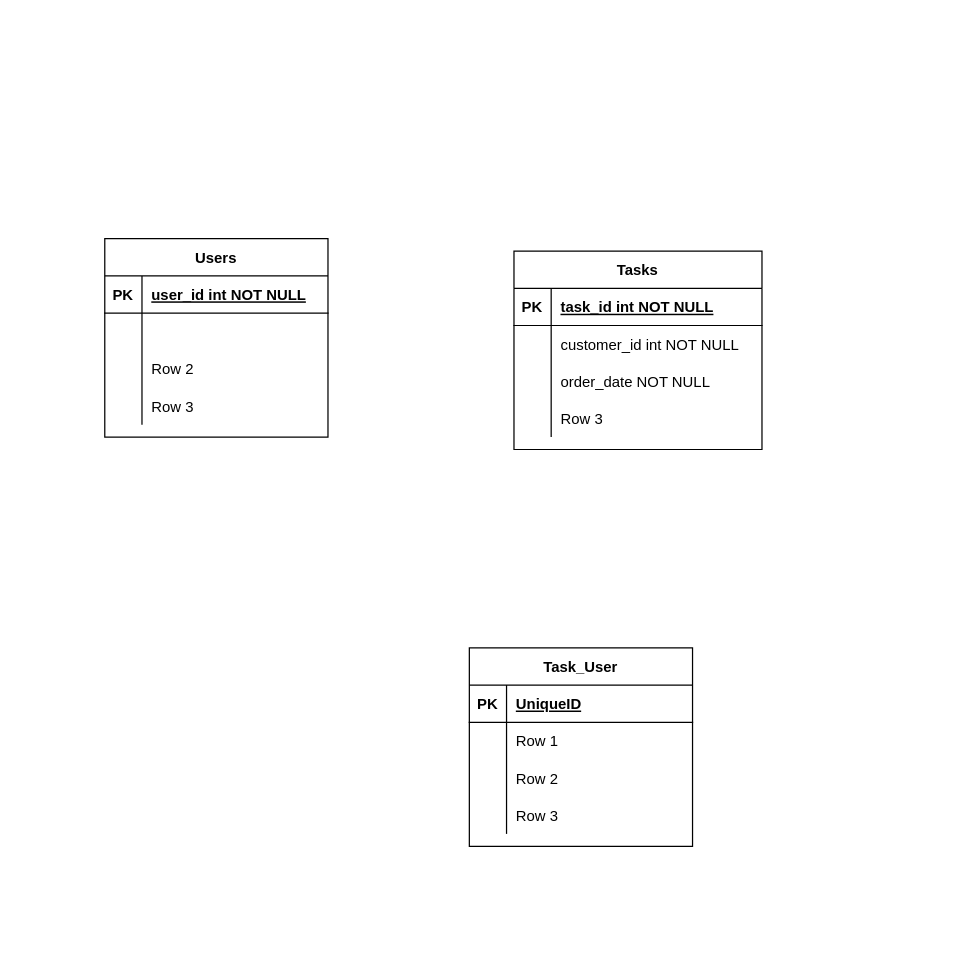
Earlier version of the draw.io diagram To-Do List.drawio (HiBlakk/todo-list). Source tidied: cells renumbered, new cells numbered last; positions are measured from the earlier drawing's top-left corner, leaving out a move shared by most shapes. Both pictures are drawn from the tidied source at 124%, with x=0, y=0 at pixel (104, 238).
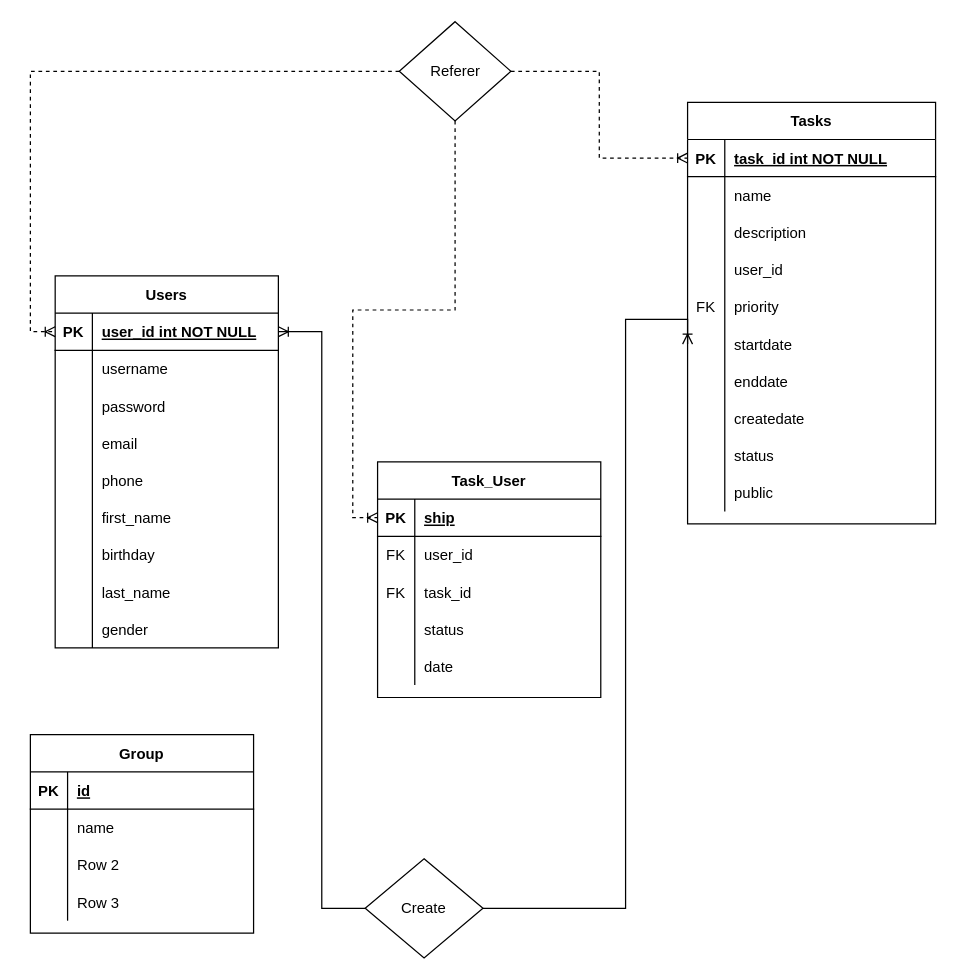
The same diagram, later.

Unchanged cells that the change refers to:
```xml
<mxCell id="3" style="shape=tableRow;horizontal=0;startSize=0;swimlaneHead=0;swimlaneBody=0;fillColor=none;points=[[0,0.5],[1,0.5]];portConstraint=eastwest;top=0;left=0;right=0;bottom=1;" parent="2" vertex="1">
  <mxGeometry y="30" width="180" height="30" as="geometry" />
</mxCell>
<mxCell id="6" style="shape=tableRow;horizontal=0;startSize=0;swimlaneHead=0;swimlaneBody=0;fillColor=none;top=0;left=0;right=0;bottom=0;" parent="2" vertex="1">
  <mxGeometry y="60" width="180" height="30" as="geometry" />
</mxCell>
<mxCell id="9" style="shape=tableRow;horizontal=0;startSize=0;swimlaneHead=0;swimlaneBody=0;fillColor=none;top=0;left=0;right=0;bottom=0;" parent="2" vertex="1">
  <mxGeometry y="90" width="180" height="30" as="geometry" />
</mxCell>
<mxCell id="12" style="shape=tableRow;horizontal=0;startSize=0;swimlaneHead=0;swimlaneBody=0;fillColor=none;top=0;left=0;right=0;bottom=0;" parent="2" vertex="1">
  <mxGeometry y="120" width="180" height="30" as="geometry" />
</mxCell>
<mxCell id="16" style="shape=tableRow;horizontal=0;startSize=0;swimlaneHead=0;swimlaneBody=0;fillColor=none;points=[[0,0.5],[1,0.5]];portConstraint=eastwest;top=0;left=0;right=0;bottom=1;" parent="15" vertex="1">
  <mxGeometry y="30" width="180" height="30" as="geometry" />
</mxCell>
<mxCell id="19" style="shape=tableRow;horizontal=0;startSize=0;swimlaneHead=0;swimlaneBody=0;fillColor=none;top=0;left=0;right=0;bottom=0;" parent="15" vertex="1">
  <mxGeometry y="60" width="180" height="30" as="geometry" />
</mxCell>
<mxCell id="22" style="shape=tableRow;horizontal=0;startSize=0;swimlaneHead=0;swimlaneBody=0;fillColor=none;top=0;left=0;right=0;bottom=0;" parent="15" vertex="1">
  <mxGeometry y="90" width="180" height="30" as="geometry" />
</mxCell>
<mxCell id="25" style="shape=tableRow;horizontal=0;startSize=0;swimlaneHead=0;swimlaneBody=0;fillColor=none;top=0;left=0;right=0;bottom=0;" parent="15" vertex="1">
  <mxGeometry y="120" width="180" height="30" as="geometry" />
</mxCell>
<mxCell id="29" style="shape=tableRow;horizontal=0;startSize=0;swimlaneHead=0;swimlaneBody=0;fillColor=none;points=[[0,0.5],[1,0.5]];portConstraint=eastwest;top=0;left=0;right=0;bottom=1;" parent="28" vertex="1">
  <mxGeometry y="30" width="200" height="30" as="geometry" />
</mxCell>
<mxCell id="32" style="shape=tableRow;horizontal=0;startSize=0;swimlaneHead=0;swimlaneBody=0;fillColor=none;top=0;left=0;right=0;bottom=0;" parent="28" vertex="1">
  <mxGeometry y="60" width="200" height="30" as="geometry" />
</mxCell>
<mxCell id="35" style="shape=tableRow;horizontal=0;startSize=0;swimlaneHead=0;swimlaneBody=0;fillColor=none;top=0;left=0;right=0;bottom=0;" parent="28" vertex="1">
  <mxGeometry y="90" width="200" height="30" as="geometry" />
</mxCell>
<mxCell id="38" style="shape=tableRow;horizontal=0;startSize=0;swimlaneHead=0;swimlaneBody=0;fillColor=none;top=0;left=0;right=0;bottom=0;" parent="28" vertex="1">
  <mxGeometry y="120" width="200" height="30" as="geometry" />
</mxCell>
```

The edit, as a diff of the source:
```diff
@@
     <mxCell id="2" value="Users" style="shape=table;startSize=30;childLayout=tableLayout;rowLines=0;fontStyle=1;align=center;" parent="1" vertex="1">
-      <mxGeometry width="180" height="160" as="geometry" />
+      <mxGeometry x="-40" y="30" width="180" height="300" as="geometry" />
     </mxCell>
@@
-    <mxCell id="8" style="shape=partialRectangle;fillColor=none;top=0;left=0;bottom=0;right=0;align=left;spacingLeft=6;overflow=hidden;" parent="6" vertex="1">
+    <mxCell id="8" value="username" style="shape=partialRectangle;fillColor=none;top=0;left=0;bottom=0;right=0;align=left;spacingLeft=6;overflow=hidden;" parent="6" vertex="1">
       <mxGeometry x="30" width="150" height="30" as="geometry" />
     </mxCell>
@@
-    <mxCell id="11" value="Row 2" style="shape=partialRectangle;fillColor=none;top=0;left=0;bottom=0;right=0;align=left;spacingLeft=6;overflow=hidden;" parent="9" vertex="1">
+    <mxCell id="11" value="password" style="shape=partialRectangle;fillColor=none;top=0;left=0;bottom=0;right=0;align=left;spacingLeft=6;overflow=hidden;" parent="9" vertex="1">
       <mxGeometry x="30" width="150" height="30" as="geometry" />
     </mxCell>
@@
-    <mxCell id="14" value="Row 3" style="shape=partialRectangle;fillColor=none;top=0;left=0;bottom=0;right=0;align=left;spacingLeft=6;overflow=hidden;" parent="12" vertex="1">
+    <mxCell id="14" value="email" style="shape=partialRectangle;fillColor=none;top=0;left=0;bottom=0;right=0;align=left;spacingLeft=6;overflow=hidden;" parent="12" vertex="1">
       <mxGeometry x="30" width="150" height="30" as="geometry" />
     </mxCell>
+    <mxCell id="41" style="shape=tableRow;horizontal=0;startSize=0;swimlaneHead=0;swimlaneBody=0;fillColor=none;top=0;left=0;right=0;bottom=0;" parent="2" vertex="1">
+      <mxGeometry y="150" width="180" height="30" as="geometry" />
+    </mxCell>
+    <mxCell id="42" style="shape=partialRectangle;fillColor=none;top=0;left=0;bottom=0;right=0;overflow=hidden;" parent="41" vertex="1">
+      <mxGeometry width="30" height="30" as="geometry" />
+    </mxCell>
+    <mxCell id="43" value="phone" style="shape=partialRectangle;fillColor=none;top=0;left=0;bottom=0;right=0;align=left;spacingLeft=6;overflow=hidden;" parent="41" vertex="1">
+      <mxGeometry x="30" width="150" height="30" as="geometry" />
+    </mxCell>
+    <mxCell id="44" style="shape=tableRow;horizontal=0;startSize=0;swimlaneHead=0;swimlaneBody=0;fillColor=none;top=0;left=0;right=0;bottom=0;" parent="2" vertex="1">
+      <mxGeometry y="180" width="180" height="30" as="geometry" />
+    </mxCell>
+    <mxCell id="45" style="shape=partialRectangle;fillColor=none;top=0;left=0;bottom=0;right=0;overflow=hidden;" parent="44" vertex="1">
+      <mxGeometry width="30" height="30" as="geometry" />
+    </mxCell>
+    <mxCell id="46" value="first_name" style="shape=partialRectangle;fillColor=none;top=0;left=0;bottom=0;right=0;align=left;spacingLeft=6;overflow=hidden;" parent="44" vertex="1">
+      <mxGeometry x="30" width="150" height="30" as="geometry" />
+    </mxCell>
+    <mxCell id="47" style="shape=tableRow;horizontal=0;startSize=0;swimlaneHead=0;swimlaneBody=0;fillColor=none;top=0;left=0;right=0;bottom=0;" parent="2" vertex="1">
+      <mxGeometry y="210" width="180" height="30" as="geometry" />
+    </mxCell>
+    <mxCell id="48" style="shape=partialRectangle;fillColor=none;top=0;left=0;bottom=0;right=0;overflow=hidden;" parent="47" vertex="1">
+      <mxGeometry width="30" height="30" as="geometry" />
+    </mxCell>
+    <mxCell id="49" value="birthday" style="shape=partialRectangle;fillColor=none;top=0;left=0;bottom=0;right=0;align=left;spacingLeft=6;overflow=hidden;" parent="47" vertex="1">
+      <mxGeometry x="30" width="150" height="30" as="geometry" />
+    </mxCell>
+    <mxCell id="50" style="shape=tableRow;horizontal=0;startSize=0;swimlaneHead=0;swimlaneBody=0;fillColor=none;top=0;left=0;right=0;bottom=0;" parent="2" vertex="1">
+      <mxGeometry y="240" width="180" height="30" as="geometry" />
+    </mxCell>
+    <mxCell id="51" style="shape=partialRectangle;fillColor=none;top=0;left=0;bottom=0;right=0;overflow=hidden;" parent="50" vertex="1">
+      <mxGeometry width="30" height="30" as="geometry" />
+    </mxCell>
+    <mxCell id="52" value="last_name" style="shape=partialRectangle;fillColor=none;top=0;left=0;bottom=0;right=0;align=left;spacingLeft=6;overflow=hidden;" parent="50" vertex="1">
+      <mxGeometry x="30" width="150" height="30" as="geometry" />
+    </mxCell>
+    <mxCell id="53" style="shape=tableRow;horizontal=0;startSize=0;swimlaneHead=0;swimlaneBody=0;fillColor=none;top=0;left=0;right=0;bottom=0;" parent="2" vertex="1">
+      <mxGeometry y="270" width="180" height="30" as="geometry" />
+    </mxCell>
+    <mxCell id="54" style="shape=partialRectangle;fillColor=none;top=0;left=0;bottom=0;right=0;overflow=hidden;" parent="53" vertex="1">
+      <mxGeometry width="30" height="30" as="geometry" />
+    </mxCell>
+    <mxCell id="55" value="gender" style="shape=partialRectangle;fillColor=none;top=0;left=0;bottom=0;right=0;align=left;spacingLeft=6;overflow=hidden;" parent="53" vertex="1">
+      <mxGeometry x="30" width="150" height="30" as="geometry" />
+    </mxCell>
     <mxCell id="15" value="Task_User" style="shape=table;startSize=30;childLayout=tableLayout;rowLines=0;fontStyle=1;align=center;" parent="1" vertex="1">
-      <mxGeometry x="294" y="330" width="180" height="160" as="geometry" />
+      <mxGeometry x="220" y="180" width="180" height="190" as="geometry" />
     </mxCell>
@@
-    <mxCell id="18" value="UniqueID" style="shape=partialRectangle;fillColor=none;top=0;left=0;bottom=0;right=0;align=left;spacingLeft=6;fontStyle=5;overflow=hidden;" parent="16" vertex="1">
+    <mxCell id="18" value="ship" style="shape=partialRectangle;fillColor=none;top=0;left=0;bottom=0;right=0;align=left;spacingLeft=6;fontStyle=5;overflow=hidden;" parent="16" vertex="1">
       <mxGeometry x="30" width="150" height="30" as="geometry" />
     </mxCell>
@@
-    <mxCell id="20" style="shape=partialRectangle;fillColor=none;top=0;left=0;bottom=0;right=0;overflow=hidden;" parent="19" vertex="1">
+    <mxCell id="20" value="FK" style="shape=partialRectangle;fillColor=none;top=0;left=0;bottom=0;right=0;overflow=hidden;" parent="19" vertex="1">
       <mxGeometry width="30" height="30" as="geometry" />
     </mxCell>
-    <mxCell id="21" value="Row 1" style="shape=partialRectangle;fillColor=none;top=0;left=0;bottom=0;right=0;align=left;spacingLeft=6;overflow=hidden;" parent="19" vertex="1">
+    <mxCell id="21" value="user_id" style="shape=partialRectangle;fillColor=none;top=0;left=0;bottom=0;right=0;align=left;spacingLeft=6;overflow=hidden;" parent="19" vertex="1">
       <mxGeometry x="30" width="150" height="30" as="geometry" />
     </mxCell>
@@
-    <mxCell id="23" style="shape=partialRectangle;fillColor=none;top=0;left=0;bottom=0;right=0;overflow=hidden;" parent="22" vertex="1">
+    <mxCell id="23" value="FK" style="shape=partialRectangle;fillColor=none;top=0;left=0;bottom=0;right=0;overflow=hidden;" parent="22" vertex="1">
       <mxGeometry width="30" height="30" as="geometry" />
     </mxCell>
-    <mxCell id="24" value="Row 2" style="shape=partialRectangle;fillColor=none;top=0;left=0;bottom=0;right=0;align=left;spacingLeft=6;overflow=hidden;" parent="22" vertex="1">
+    <mxCell id="24" value="task_id" style="shape=partialRectangle;fillColor=none;top=0;left=0;bottom=0;right=0;align=left;spacingLeft=6;overflow=hidden;" parent="22" vertex="1">
       <mxGeometry x="30" width="150" height="30" as="geometry" />
     </mxCell>
@@
-    <mxCell id="27" value="Row 3" style="shape=partialRectangle;fillColor=none;top=0;left=0;bottom=0;right=0;align=left;spacingLeft=6;overflow=hidden;" parent="25" vertex="1">
+    <mxCell id="27" value="status" style="shape=partialRectangle;fillColor=none;top=0;left=0;bottom=0;right=0;align=left;spacingLeft=6;overflow=hidden;" parent="25" vertex="1">
       <mxGeometry x="30" width="150" height="30" as="geometry" />
     </mxCell>
+    <mxCell id="56" style="shape=tableRow;horizontal=0;startSize=0;swimlaneHead=0;swimlaneBody=0;fillColor=none;top=0;left=0;right=0;bottom=0;" parent="15" vertex="1">
+      <mxGeometry y="150" width="180" height="30" as="geometry" />
+    </mxCell>
+    <mxCell id="57" style="shape=partialRectangle;fillColor=none;top=0;left=0;bottom=0;right=0;overflow=hidden;" parent="56" vertex="1">
+      <mxGeometry width="30" height="30" as="geometry" />
+    </mxCell>
+    <mxCell id="58" value="date" style="shape=partialRectangle;fillColor=none;top=0;left=0;bottom=0;right=0;align=left;spacingLeft=6;overflow=hidden;" parent="56" vertex="1">
+      <mxGeometry x="30" width="150" height="30" as="geometry" />
+    </mxCell>
     <mxCell id="28" value="Tasks" style="shape=table;startSize=30;childLayout=tableLayout;rowLines=0;fontStyle=1;align=center;" parent="1" vertex="1">
-      <mxGeometry x="330" y="10" width="200" height="160" as="geometry" />
+      <mxGeometry x="470" y="-110" width="200" height="340" as="geometry" />
     </mxCell>
@@
-    <mxCell id="34" value="customer_id int NOT NULL" style="shape=partialRectangle;fillColor=none;top=0;left=0;bottom=0;right=0;align=left;spacingLeft=6;overflow=hidden;" parent="32" vertex="1">
+    <mxCell id="34" value="name" style="shape=partialRectangle;fillColor=none;top=0;left=0;bottom=0;right=0;align=left;spacingLeft=6;overflow=hidden;" parent="32" vertex="1">
       <mxGeometry x="30" width="170" height="30" as="geometry" />
     </mxCell>
@@
-    <mxCell id="37" value="order_date NOT NULL" style="shape=partialRectangle;fillColor=none;top=0;left=0;bottom=0;right=0;align=left;spacingLeft=6;overflow=hidden;" parent="35" vertex="1">
+    <mxCell id="37" value="description" style="shape=partialRectangle;fillColor=none;top=0;left=0;bottom=0;right=0;align=left;spacingLeft=6;overflow=hidden;" parent="35" vertex="1">
       <mxGeometry x="30" width="170" height="30" as="geometry" />
     </mxCell>
@@
-    <mxCell id="40" value="Row 3" style="shape=partialRectangle;fillColor=none;top=0;left=0;bottom=0;right=0;align=left;spacingLeft=6;overflow=hidden;" parent="38" vertex="1">
+    <mxCell id="40" value="user_id" style="shape=partialRectangle;fillColor=none;top=0;left=0;bottom=0;right=0;align=left;spacingLeft=6;overflow=hidden;" parent="38" vertex="1">
       <mxGeometry x="30" width="170" height="30" as="geometry" />
     </mxCell>
+    <mxCell id="59" style="shape=tableRow;horizontal=0;startSize=0;swimlaneHead=0;swimlaneBody=0;fillColor=none;top=0;left=0;right=0;bottom=0;" parent="28" vertex="1">
+      <mxGeometry y="150" width="200" height="30" as="geometry" />
+    </mxCell>
+    <mxCell id="60" value="FK" style="shape=partialRectangle;fillColor=none;top=0;left=0;bottom=0;right=0;overflow=hidden;" parent="59" vertex="1">
+      <mxGeometry width="30" height="30" as="geometry" />
+    </mxCell>
+    <mxCell id="61" value="priority" style="shape=partialRectangle;fillColor=none;top=0;left=0;bottom=0;right=0;align=left;spacingLeft=6;overflow=hidden;" parent="59" vertex="1">
+      <mxGeometry x="30" width="170" height="30" as="geometry" />
+    </mxCell>
+    <mxCell id="62" style="shape=tableRow;horizontal=0;startSize=0;swimlaneHead=0;swimlaneBody=0;fillColor=none;points=[[0,0.5],[1,0.5]];portConstraint=eastwest;top=0;left=0;right=0;bottom=0;" parent="28" vertex="1">
+      <mxGeometry y="180" width="200" height="30" as="geometry" />
+    </mxCell>
+    <mxCell id="63" style="shape=partialRectangle;fillColor=none;top=0;left=0;bottom=0;right=0;overflow=hidden;" parent="62" vertex="1">
+      <mxGeometry width="30" height="30" as="geometry" />
+    </mxCell>
+    <mxCell id="64" value="startdate" style="shape=partialRectangle;fillColor=none;top=0;left=0;bottom=0;right=0;align=left;spacingLeft=6;overflow=hidden;" parent="62" vertex="1">
+      <mxGeometry x="30" width="170" height="30" as="geometry" />
+    </mxCell>
+    <mxCell id="65" style="shape=tableRow;horizontal=0;startSize=0;swimlaneHead=0;swimlaneBody=0;fillColor=none;top=0;left=0;right=0;bottom=0;" parent="28" vertex="1">
+      <mxGeometry y="210" width="200" height="30" as="geometry" />
+    </mxCell>
+    <mxCell id="66" style="shape=partialRectangle;fillColor=none;top=0;left=0;bottom=0;right=0;overflow=hidden;" parent="65" vertex="1">
+      <mxGeometry width="30" height="30" as="geometry" />
+    </mxCell>
+    <mxCell id="67" value="enddate" style="shape=partialRectangle;fillColor=none;top=0;left=0;bottom=0;right=0;align=left;spacingLeft=6;overflow=hidden;" parent="65" vertex="1">
+      <mxGeometry x="30" width="170" height="30" as="geometry" />
+    </mxCell>
+    <mxCell id="68" style="shape=tableRow;horizontal=0;startSize=0;swimlaneHead=0;swimlaneBody=0;fillColor=none;top=0;left=0;right=0;bottom=0;" parent="28" vertex="1">
+      <mxGeometry y="240" width="200" height="30" as="geometry" />
+    </mxCell>
+    <mxCell id="69" style="shape=partialRectangle;fillColor=none;top=0;left=0;bottom=0;right=0;overflow=hidden;" parent="68" vertex="1">
+      <mxGeometry width="30" height="30" as="geometry" />
+    </mxCell>
+    <mxCell id="70" value="createdate" style="shape=partialRectangle;fillColor=none;top=0;left=0;bottom=0;right=0;align=left;spacingLeft=6;overflow=hidden;" parent="68" vertex="1">
+      <mxGeometry x="30" width="170" height="30" as="geometry" />
+    </mxCell>
+    <mxCell id="71" style="shape=tableRow;horizontal=0;startSize=0;swimlaneHead=0;swimlaneBody=0;fillColor=none;top=0;left=0;right=0;bottom=0;" parent="28" vertex="1">
+      <mxGeometry y="270" width="200" height="30" as="geometry" />
+    </mxCell>
+    <mxCell id="72" style="shape=partialRectangle;fillColor=none;top=0;left=0;bottom=0;right=0;overflow=hidden;" parent="71" vertex="1">
+      <mxGeometry width="30" height="30" as="geometry" />
+    </mxCell>
+    <mxCell id="73" value="status" style="shape=partialRectangle;fillColor=none;top=0;left=0;bottom=0;right=0;align=left;spacingLeft=6;overflow=hidden;" parent="71" vertex="1">
+      <mxGeometry x="30" width="170" height="30" as="geometry" />
+    </mxCell>
+    <mxCell id="74" style="shape=tableRow;horizontal=0;startSize=0;swimlaneHead=0;swimlaneBody=0;fillColor=none;top=0;left=0;right=0;bottom=0;" parent="28" vertex="1">
+      <mxGeometry y="300" width="200" height="30" as="geometry" />
+    </mxCell>
+    <mxCell id="75" style="shape=partialRectangle;fillColor=none;top=0;left=0;bottom=0;right=0;overflow=hidden;" parent="74" vertex="1">
+      <mxGeometry width="30" height="30" as="geometry" />
+    </mxCell>
+    <mxCell id="76" value="public" style="shape=partialRectangle;fillColor=none;top=0;left=0;bottom=0;right=0;align=left;spacingLeft=6;overflow=hidden;" parent="74" vertex="1">
+      <mxGeometry x="30" width="170" height="30" as="geometry" />
+    </mxCell>
+    <mxCell id="77" style="edgeStyle=orthogonalEdgeStyle;rounded=0;jettySize=auto;html=1;exitX=1;exitY=0.5;exitDx=0;exitDy=0;entryX=0;entryY=0.5;entryDx=0;entryDy=0;startArrow=none;startFill=0;endArrow=ERoneToMany;endFill=0;" parent="1" edge="1" source="78" target="62">
+      <mxGeometry relative="1" as="geometry">
+        <Array as="points">
+          <mxPoint x="420" y="540" />
+          <mxPoint x="420" y="65" />
+        </Array>
+      </mxGeometry>
+    </mxCell>
+    <mxCell id="78" value="Create" style="rhombus;whiteSpace=wrap;html=1;" parent="1" vertex="1">
+      <mxGeometry x="210" y="500" width="95" height="80" as="geometry" />
+    </mxCell>
+    <mxCell id="79" style="edgeStyle=orthogonalEdgeStyle;rounded=0;jettySize=auto;html=1;exitX=1;exitY=0.5;exitDx=0;exitDy=0;endArrow=none;endFill=0;startArrow=ERoneToMany;startFill=0;entryX=0;entryY=0.5;entryDx=0;entryDy=0;" parent="1" edge="1" source="3" target="78">
+      <mxGeometry relative="1" as="geometry" />
+    </mxCell>
+    <mxCell id="80" style="edgeStyle=orthogonalEdgeStyle;rounded=0;jettySize=auto;html=1;exitX=0.5;exitY=1;exitDx=0;exitDy=0;entryX=0;entryY=0.5;entryDx=0;entryDy=0;startArrow=none;startFill=0;endArrow=ERoneToMany;endFill=0;dashed=1;" parent="1" edge="1" source="83" target="16">
+      <mxGeometry relative="1" as="geometry" />
+    </mxCell>
+    <mxCell id="81" style="edgeStyle=orthogonalEdgeStyle;rounded=0;jettySize=auto;html=1;exitX=1;exitY=0.5;exitDx=0;exitDy=0;entryX=0;entryY=0.5;entryDx=0;entryDy=0;dashed=1;startArrow=none;startFill=0;endArrow=ERoneToMany;endFill=0;" parent="1" edge="1" source="83" target="29">
+      <mxGeometry relative="1" as="geometry" />
+    </mxCell>
+    <mxCell id="82" style="edgeStyle=orthogonalEdgeStyle;rounded=0;jettySize=auto;html=1;exitX=0;exitY=0.5;exitDx=0;exitDy=0;entryX=0;entryY=0.5;entryDx=0;entryDy=0;dashed=1;startArrow=none;startFill=0;endArrow=ERoneToMany;endFill=0;" parent="1" edge="1" source="83" target="3">
+      <mxGeometry relative="1" as="geometry" />
+    </mxCell>
+    <mxCell id="83" value="Referer" style="rhombus;whiteSpace=wrap;html=1;" parent="1" vertex="1">
+      <mxGeometry x="237.5" y="-175" width="90" height="80" as="geometry" />
+    </mxCell>
+    <mxCell id="84" value="Group" style="shape=table;startSize=30;childLayout=tableLayout;rowLines=0;fontStyle=1;align=center;" parent="1" vertex="1">
+      <mxGeometry x="-60" y="400" width="180" height="160" as="geometry" />
+    </mxCell>
+    <mxCell id="85" style="shape=tableRow;horizontal=0;startSize=0;swimlaneHead=0;swimlaneBody=0;fillColor=none;top=0;left=0;right=0;bottom=1;" parent="84" vertex="1">
+      <mxGeometry y="30" width="180" height="30" as="geometry" />
+    </mxCell>
+    <mxCell id="86" value="PK" style="shape=partialRectangle;fillColor=none;top=0;left=0;bottom=0;right=0;fontStyle=1;overflow=hidden;" parent="85" vertex="1">
+      <mxGeometry width="30" height="30" as="geometry" />
+    </mxCell>
+    <mxCell id="87" value="id" style="shape=partialRectangle;fillColor=none;top=0;left=0;bottom=0;right=0;align=left;spacingLeft=6;fontStyle=5;overflow=hidden;" parent="85" vertex="1">
+      <mxGeometry x="30" width="150" height="30" as="geometry" />
+    </mxCell>
+    <mxCell id="88" style="shape=tableRow;horizontal=0;startSize=0;swimlaneHead=0;swimlaneBody=0;fillColor=none;top=0;left=0;right=0;bottom=0;" parent="84" vertex="1">
+      <mxGeometry y="60" width="180" height="30" as="geometry" />
+    </mxCell>
+    <mxCell id="89" style="shape=partialRectangle;fillColor=none;top=0;left=0;bottom=0;right=0;overflow=hidden;" parent="88" vertex="1">
+      <mxGeometry width="30" height="30" as="geometry" />
+    </mxCell>
+    <mxCell id="90" value="name" style="shape=partialRectangle;fillColor=none;top=0;left=0;bottom=0;right=0;align=left;spacingLeft=6;overflow=hidden;" parent="88" vertex="1">
+      <mxGeometry x="30" width="150" height="30" as="geometry" />
+    </mxCell>
+    <mxCell id="91" style="shape=tableRow;horizontal=0;startSize=0;swimlaneHead=0;swimlaneBody=0;fillColor=none;top=0;left=0;right=0;bottom=0;" parent="84" vertex="1">
+      <mxGeometry y="90" width="180" height="30" as="geometry" />
+    </mxCell>
+    <mxCell id="92" style="shape=partialRectangle;fillColor=none;top=0;left=0;bottom=0;right=0;overflow=hidden;" parent="91" vertex="1">
+      <mxGeometry width="30" height="30" as="geometry" />
+    </mxCell>
+    <mxCell id="93" value="Row 2" style="shape=partialRectangle;fillColor=none;top=0;left=0;bottom=0;right=0;align=left;spacingLeft=6;overflow=hidden;" parent="91" vertex="1">
+      <mxGeometry x="30" width="150" height="30" as="geometry" />
+    </mxCell>
+    <mxCell id="94" style="shape=tableRow;horizontal=0;startSize=0;swimlaneHead=0;swimlaneBody=0;fillColor=none;top=0;left=0;right=0;bottom=0;" parent="84" vertex="1">
+      <mxGeometry y="120" width="180" height="30" as="geometry" />
+    </mxCell>
+    <mxCell id="95" style="shape=partialRectangle;fillColor=none;top=0;left=0;bottom=0;right=0;overflow=hidden;" parent="94" vertex="1">
+      <mxGeometry width="30" height="30" as="geometry" />
+    </mxCell>
+    <mxCell id="96" value="Row 3" style="shape=partialRectangle;fillColor=none;top=0;left=0;bottom=0;right=0;align=left;spacingLeft=6;overflow=hidden;" parent="94" vertex="1">
+      <mxGeometry x="30" width="150" height="30" as="geometry" />
+    </mxCell>
```
